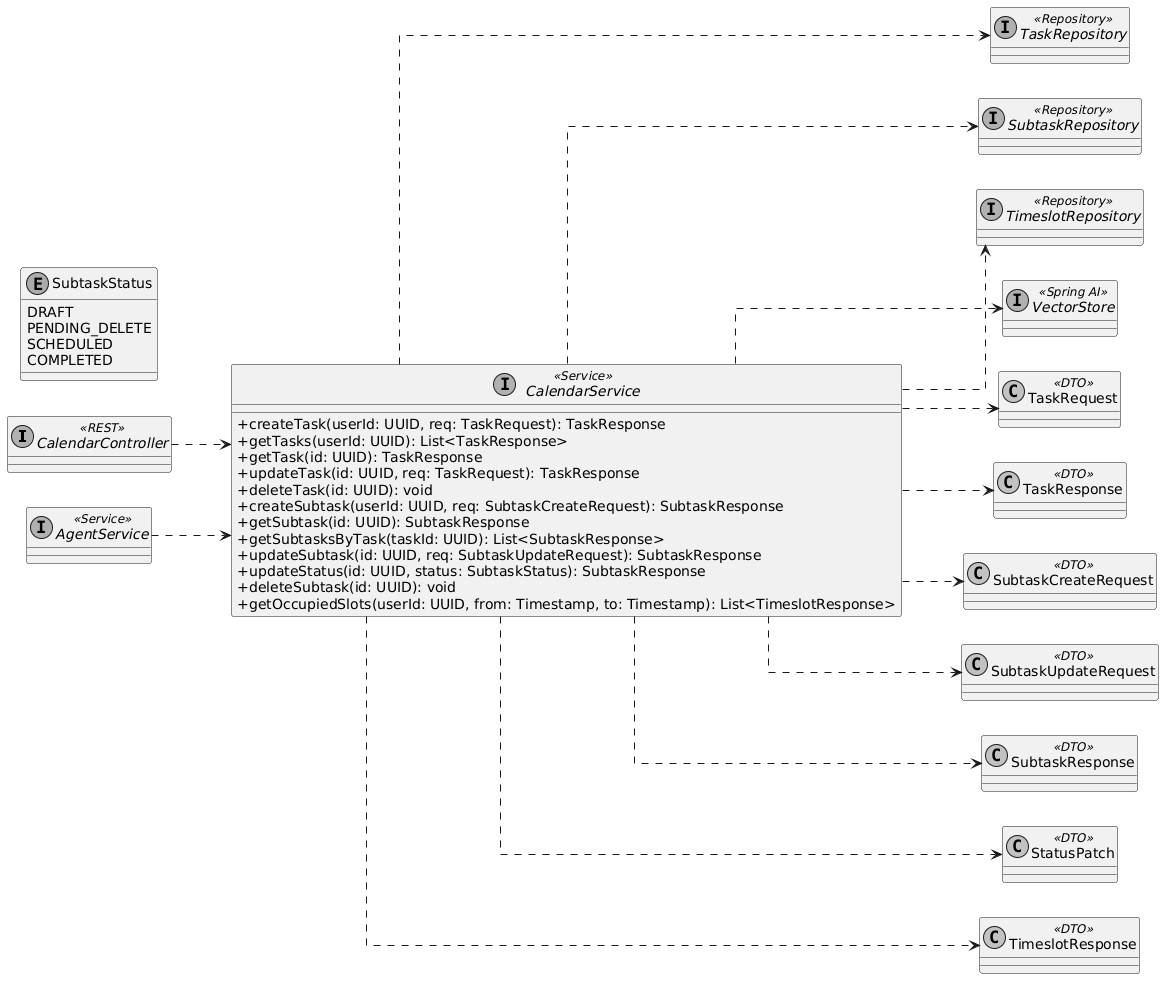
Before: picture/diagrams/class_service_calendar.png, a diagram exported from PlantUML (Hohichh/Diploma-project-notes).
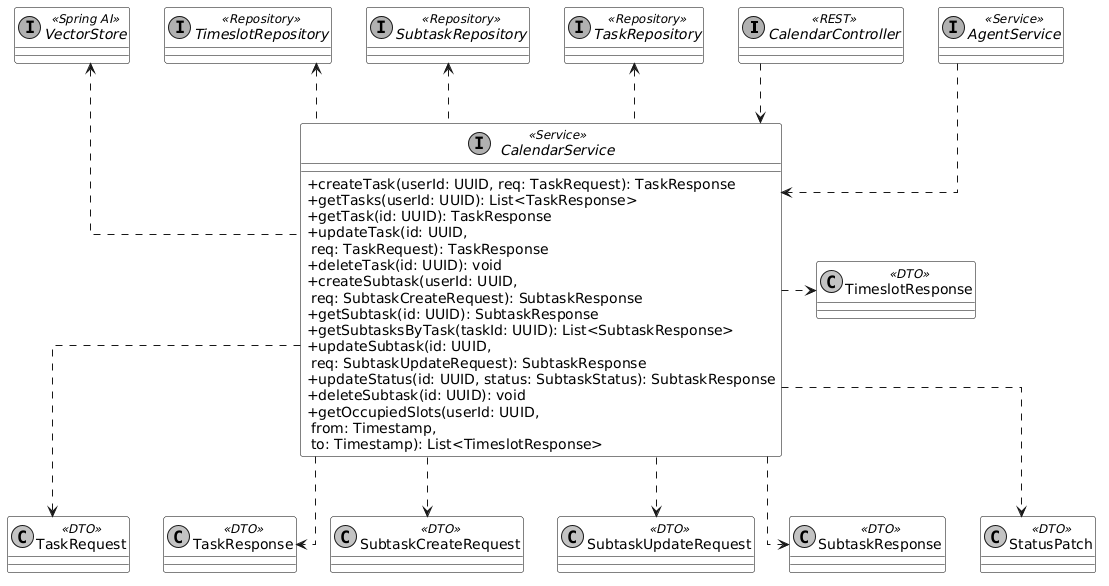
After the change.

Change to the diagram source:
```diff
@@ -4,7 +4,15 @@
 skinparam defaultFontName Arial
 skinparam classAttributeIconSize 0
 skinparam linetype ortho
-left to right direction
+skinparam classBackgroundColor transparent
+skinparam classBorderColor black
+skinparam classAttributeBackgroundColor transparent
+skinparam backgroundColor transparent
+skinparam classBackgroundColor transparent
+skinparam classBorderColor black
+skinparam classAttributeBackgroundColor transparent
+skinparam backgroundColor transparent
+
 
 interface CalendarController <<REST>>
 interface AgentService <<Service>>
@@ -14,12 +22,6 @@
 interface TimeslotRepository <<Repository>>
 interface VectorStore <<Spring AI>>
 
-enum SubtaskStatus {
-    DRAFT
-    PENDING_DELETE
-    SCHEDULED
-    COMPLETED
-}
 
 class TaskRequest <<DTO>>
 class TaskResponse <<DTO>>
@@ -33,30 +35,32 @@
     + createTask(userId: UUID, req: TaskRequest): TaskResponse
     + getTasks(userId: UUID): List<TaskResponse>
     + getTask(id: UUID): TaskResponse
-    + updateTask(id: UUID, req: TaskRequest): TaskResponse
+    + updateTask(id: UUID,\n req: TaskRequest): TaskResponse
     + deleteTask(id: UUID): void
-    + createSubtask(userId: UUID, req: SubtaskCreateRequest): SubtaskResponse
+    + createSubtask(userId: UUID,\n req: SubtaskCreateRequest): SubtaskResponse
     + getSubtask(id: UUID): SubtaskResponse
     + getSubtasksByTask(taskId: UUID): List<SubtaskResponse>
-    + updateSubtask(id: UUID, req: SubtaskUpdateRequest): SubtaskResponse
+    + updateSubtask(id: UUID,\n req: SubtaskUpdateRequest): SubtaskResponse
     + updateStatus(id: UUID, status: SubtaskStatus): SubtaskResponse
     + deleteSubtask(id: UUID): void
-    + getOccupiedSlots(userId: UUID, from: Timestamp, to: Timestamp): List<TimeslotResponse>
+    + getOccupiedSlots(userId: UUID,\n from: Timestamp,\n to: Timestamp): List<TimeslotResponse>
 }
 
 CalendarController ..> CalendarService
 AgentService ..> CalendarService
 
-CalendarService ..> TaskRepository
-CalendarService ..> SubtaskRepository
-CalendarService ..> TimeslotRepository
-CalendarService ..> VectorStore
+CalendarService .up.> TaskRepository
+CalendarService .up.> SubtaskRepository
+CalendarService .up.> TimeslotRepository
+CalendarService .up.> VectorStore
+
+
 
 CalendarService ..> TaskRequest
 CalendarService ..> TaskResponse
 CalendarService ..> SubtaskCreateRequest
 CalendarService ..> SubtaskUpdateRequest
-CalendarService ..> SubtaskResponse
-CalendarService ..> StatusPatch
-CalendarService ..> TimeslotResponse
+CalendarService .down.> SubtaskResponse
+CalendarService .down.> StatusPatch
+CalendarService .right.> TimeslotResponse
 @enduml
```
